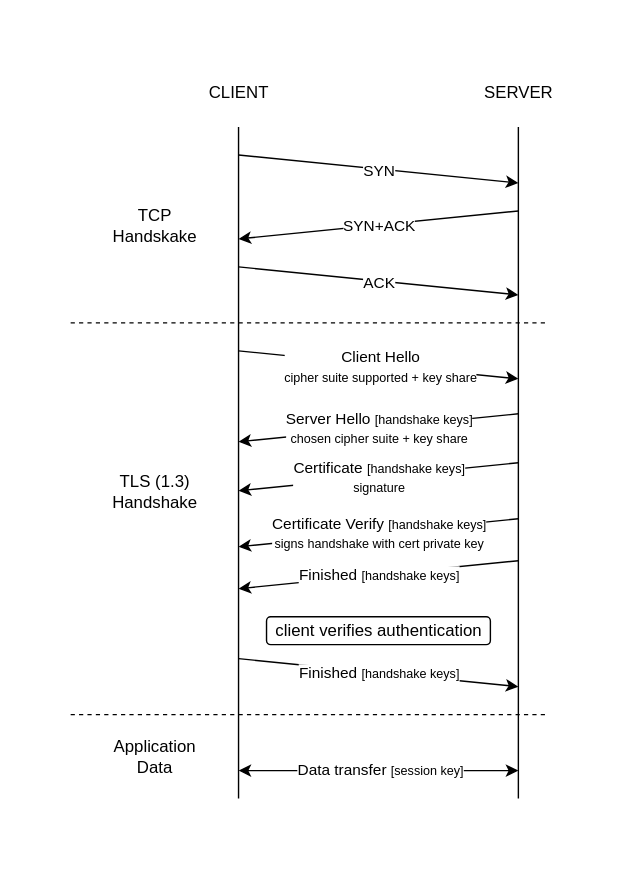
Before: src/assets/internet-guide/TLS.svg, a diagram exported from draw.io (Perseus333/website). Source tidied: cells renumbered, new cells last; positions are measured from the earlier drawing's top-left corner, leaving out a move shared by most shapes. The source it was exported from:
```xml
<mxGraphModel>
  <root>
    <mxCell id="0" />
    <mxCell id="1" parent="0" />
    <mxCell id="2" style="endArrow=none;html=1;rounded=0;" parent="1" edge="1">
      <mxGeometry relative="1" as="geometry">
        <mxPoint x="120" y="520" as="sourcePoint" />
        <mxPoint x="120" y="40" as="targetPoint" />
      </mxGeometry>
    </mxCell>
    <mxCell id="3" style="endArrow=none;html=1;rounded=0;" parent="1" edge="1">
      <mxGeometry relative="1" as="geometry">
        <mxPoint x="320" y="520" as="sourcePoint" />
        <mxPoint x="320" y="40" as="targetPoint" />
      </mxGeometry>
    </mxCell>
    <mxCell id="4" value="CLIENT" style="text;html=1;align=center;verticalAlign=middle;whiteSpace=wrap;rounded=0;" parent="1" vertex="1">
      <mxGeometry x="90" width="60" height="30" as="geometry" />
    </mxCell>
    <mxCell id="5" value="SERVER" style="text;html=1;align=center;verticalAlign=middle;whiteSpace=wrap;rounded=0;" parent="1" vertex="1">
      <mxGeometry x="290" width="60" height="30" as="geometry" />
    </mxCell>
    <mxCell id="6" value="TCP Handskake" style="text;html=1;align=center;verticalAlign=middle;whiteSpace=wrap;rounded=0;" parent="1" vertex="1">
      <mxGeometry x="20" y="90" width="80" height="40" as="geometry" />
    </mxCell>
    <mxCell id="7" style="endArrow=classic;html=1;rounded=0;" parent="1" edge="1">
      <mxGeometry relative="1" as="geometry">
        <mxPoint x="120" y="60" as="sourcePoint" />
        <mxPoint x="320" y="80" as="targetPoint" />
      </mxGeometry>
    </mxCell>
    <mxCell id="8" value="SYN" style="edgeLabel;html=1;align=center;verticalAlign=middle;" parent="7" vertex="1">
      <mxGeometry x="0.07" relative="1" as="geometry">
        <mxPoint x="-7" as="offset" />
      </mxGeometry>
    </mxCell>
    <mxCell id="9" style="endArrow=classic;html=1;rounded=0;curved=0;" parent="1" edge="1">
      <mxGeometry relative="1" as="geometry">
        <mxPoint x="320" y="100" as="sourcePoint" />
        <mxPoint x="120" y="120" as="targetPoint" />
      </mxGeometry>
    </mxCell>
    <mxCell id="10" value="SYN+ACK" style="edgeLabel;html=1;align=center;verticalAlign=middle;" parent="9" vertex="1">
      <mxGeometry x="0.07" relative="1" as="geometry">
        <mxPoint x="7" y="-1" as="offset" />
      </mxGeometry>
    </mxCell>
    <mxCell id="11" style="endArrow=classic;html=1;rounded=0;" parent="1" edge="1">
      <mxGeometry relative="1" as="geometry">
        <mxPoint x="120" y="140" as="sourcePoint" />
        <mxPoint x="320" y="160" as="targetPoint" />
      </mxGeometry>
    </mxCell>
    <mxCell id="12" value="ACK" style="edgeLabel;html=1;align=center;verticalAlign=middle;" parent="11" vertex="1">
      <mxGeometry x="0.07" relative="1" as="geometry">
        <mxPoint x="-7" as="offset" />
      </mxGeometry>
    </mxCell>
    <mxCell id="13" style="endArrow=none;dashed=1;html=1;rounded=0;" parent="1" edge="1">
      <mxGeometry relative="1" as="geometry">
        <mxPoint y="180" as="sourcePoint" />
        <mxPoint x="340" y="180" as="targetPoint" />
      </mxGeometry>
    </mxCell>
    <mxCell id="14" style="endArrow=none;dashed=1;html=1;rounded=0;" parent="1" edge="1">
      <mxGeometry relative="1" as="geometry">
        <mxPoint y="460" as="sourcePoint" />
        <mxPoint x="340" y="460" as="targetPoint" />
      </mxGeometry>
    </mxCell>
    <mxCell id="15" style="endArrow=classic;html=1;rounded=0;" parent="1" edge="1">
      <mxGeometry relative="1" as="geometry">
        <mxPoint x="120" y="200" as="sourcePoint" />
        <mxPoint x="320" y="220" as="targetPoint" />
      </mxGeometry>
    </mxCell>
    <mxCell id="16" value="&lt;div&gt;Client Hello&lt;/div&gt;&lt;div&gt;&lt;font style=&quot;font-size: 9px;&quot;&gt;cipher suite supported + key share&lt;/font&gt;&lt;/div&gt;" style="edgeLabel;html=1;align=center;verticalAlign=middle;" parent="15" vertex="1">
      <mxGeometry x="0.07" relative="1" as="geometry">
        <mxPoint x="-6" as="offset" />
      </mxGeometry>
    </mxCell>
    <mxCell id="17" style="endArrow=classic;html=1;rounded=0;" parent="1" edge="1">
      <mxGeometry relative="1" as="geometry">
        <mxPoint x="320" y="245" as="sourcePoint" />
        <mxPoint x="120" y="265" as="targetPoint" />
      </mxGeometry>
    </mxCell>
    <mxCell id="18" value="&lt;div&gt;Server Hello &lt;font style=&quot;font-size: 9px;&quot;&gt;[handshake keys]&lt;/font&gt;&lt;/div&gt;&lt;div&gt;&lt;font style=&quot;font-size: 9px;&quot;&gt;chosen cipher suite + key share&lt;/font&gt;&lt;/div&gt;" style="edgeLabel;html=1;align=center;verticalAlign=middle;" parent="17" vertex="1">
      <mxGeometry x="0.07" relative="1" as="geometry">
        <mxPoint x="7" y="-1" as="offset" />
      </mxGeometry>
    </mxCell>
    <mxCell id="19" style="endArrow=classic;html=1;rounded=0;" parent="1" edge="1">
      <mxGeometry relative="1" as="geometry">
        <mxPoint x="320" y="280" as="sourcePoint" />
        <mxPoint x="120" y="300" as="targetPoint" />
      </mxGeometry>
    </mxCell>
    <mxCell id="20" value="&lt;div&gt;Certificate &lt;font style=&quot;font-size: 9px;&quot;&gt;[handshake keys]&lt;/font&gt;&lt;/div&gt;&lt;div&gt;&lt;font style=&quot;font-size: 9px;&quot;&gt;signature&lt;/font&gt;&lt;/div&gt;" style="edgeLabel;html=1;align=center;verticalAlign=middle;" parent="19" vertex="1">
      <mxGeometry x="0.07" relative="1" as="geometry">
        <mxPoint x="7" y="-1" as="offset" />
      </mxGeometry>
    </mxCell>
    <mxCell id="21" style="endArrow=classic;html=1;rounded=0;" parent="1" edge="1">
      <mxGeometry relative="1" as="geometry">
        <mxPoint x="120" y="420" as="sourcePoint" />
        <mxPoint x="320" y="440" as="targetPoint" />
      </mxGeometry>
    </mxCell>
    <mxCell id="22" value="&lt;div&gt;Finished &lt;font style=&quot;font-size: 9px;&quot;&gt;[handshake keys]&lt;/font&gt;&lt;/div&gt;" style="edgeLabel;html=1;align=center;verticalAlign=middle;" parent="21" vertex="1">
      <mxGeometry x="0.07" relative="1" as="geometry">
        <mxPoint x="-7" y="-1" as="offset" />
      </mxGeometry>
    </mxCell>
    <mxCell id="23" style="endArrow=classic;html=1;rounded=0;" parent="1" edge="1">
      <mxGeometry relative="1" as="geometry">
        <mxPoint x="320" y="350" as="sourcePoint" />
        <mxPoint x="120" y="370" as="targetPoint" />
      </mxGeometry>
    </mxCell>
    <mxCell id="24" value="Finished &lt;font style=&quot;font-size: 9px;&quot;&gt;[handshake keys]&lt;/font&gt;" style="edgeLabel;html=1;align=center;verticalAlign=middle;" parent="23" vertex="1">
      <mxGeometry x="0.07" relative="1" as="geometry">
        <mxPoint x="7" y="-1" as="offset" />
      </mxGeometry>
    </mxCell>
    <mxCell id="25" style="endArrow=classic;html=1;rounded=0;startArrow=classic;startFill=1;" parent="1" edge="1">
      <mxGeometry relative="1" as="geometry">
        <mxPoint x="120" y="500" as="sourcePoint" />
        <mxPoint x="320" y="500" as="targetPoint" />
      </mxGeometry>
    </mxCell>
    <mxCell id="26" value="&lt;div&gt;Data transfer &lt;font style=&quot;font-size: 9px;&quot;&gt;[session key]&lt;/font&gt;&lt;/div&gt;" style="edgeLabel;html=1;align=center;verticalAlign=middle;" parent="25" vertex="1">
      <mxGeometry x="0.07" relative="1" as="geometry">
        <mxPoint x="-6" y="-1" as="offset" />
      </mxGeometry>
    </mxCell>
    <mxCell id="27" value="TLS (1.3)&lt;br&gt;Handshake" style="text;html=1;align=center;verticalAlign=middle;whiteSpace=wrap;rounded=0;" parent="1" vertex="1">
      <mxGeometry x="20" y="280" width="80" height="40" as="geometry" />
    </mxCell>
    <mxCell id="28" value="Application Data" style="text;html=1;align=center;verticalAlign=middle;whiteSpace=wrap;rounded=0;" parent="1" vertex="1">
      <mxGeometry x="20" y="470" width="80" height="40" as="geometry" />
    </mxCell>
    <mxCell id="29" style="endArrow=classic;html=1;rounded=0;" parent="1" edge="1">
      <mxGeometry relative="1" as="geometry">
        <mxPoint x="320" y="320" as="sourcePoint" />
        <mxPoint x="120" y="340" as="targetPoint" />
      </mxGeometry>
    </mxCell>
    <mxCell id="30" value="&lt;div&gt;Certificate Verify &lt;font style=&quot;font-size: 9px;&quot;&gt;[handshake keys]&lt;/font&gt;&lt;/div&gt;&lt;div&gt;&lt;font style=&quot;font-size: 9px;&quot;&gt;signs handshake with cert private key&lt;/font&gt;&lt;/div&gt;" style="edgeLabel;html=1;align=center;verticalAlign=middle;" parent="29" vertex="1">
      <mxGeometry x="0.07" relative="1" as="geometry">
        <mxPoint x="7" y="-1" as="offset" />
      </mxGeometry>
    </mxCell>
    <mxCell id="31" value="client verifies authentication" style="rounded=1;whiteSpace=wrap;html=1;labelPosition=center;verticalLabelPosition=middle;align=center;verticalAlign=middle;" parent="1" vertex="1">
      <mxGeometry x="140" y="390" width="160" height="20" as="geometry" />
    </mxCell>
  </root>
</mxGraphModel>
```
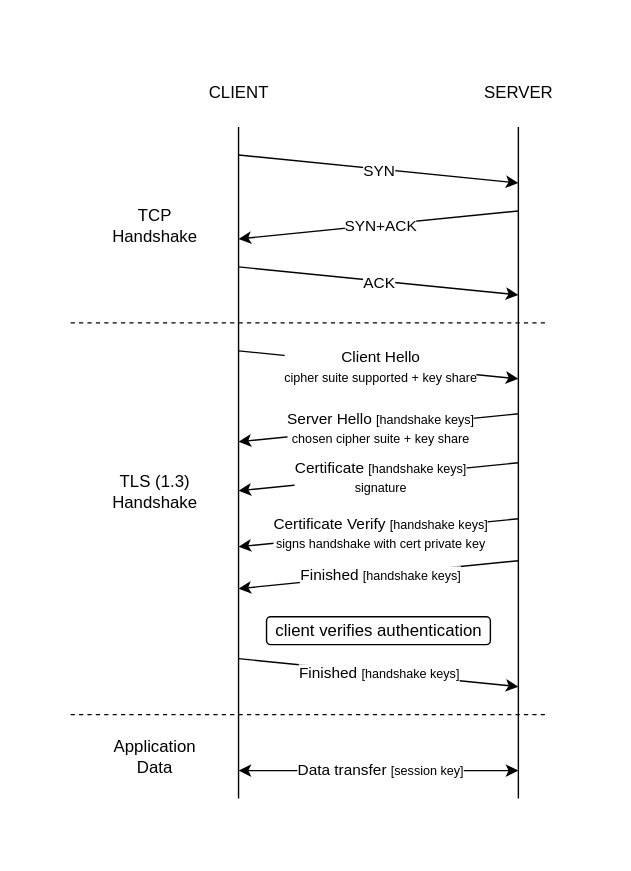
The same file after the commit.

Commit message:
fix: errata in internet-guide, misspelling in TLS diagram

Change to the diagram source:
```diff
@@ -20,7 +20,7 @@
     <mxCell id="5" value="SERVER" style="text;html=1;align=center;verticalAlign=middle;whiteSpace=wrap;rounded=0;" parent="1" vertex="1">
       <mxGeometry x="290" width="60" height="30" as="geometry" />
     </mxCell>
-    <mxCell id="6" value="TCP Handskake" style="text;html=1;align=center;verticalAlign=middle;whiteSpace=wrap;rounded=0;" parent="1" vertex="1">
+    <mxCell id="6" value="TCP Handshake" style="text;html=1;align=center;verticalAlign=middle;whiteSpace=wrap;rounded=0;" parent="1" vertex="1">
       <mxGeometry x="20" y="90" width="80" height="40" as="geometry" />
     </mxCell>
     <mxCell id="7" style="endArrow=classic;html=1;rounded=0;" parent="1" edge="1">
```
